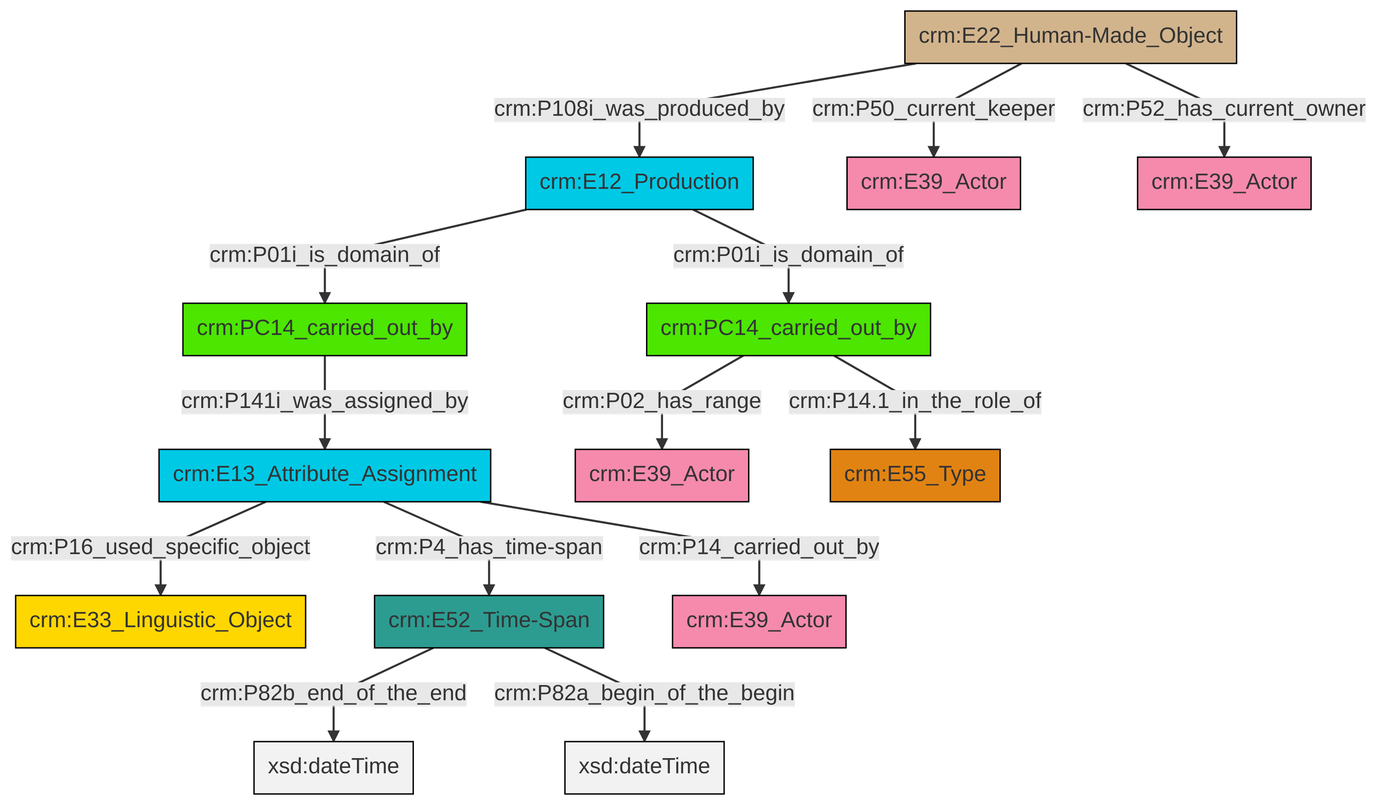
Earlier version of the Mermaid export et/carrierCSV/ttl/mmd/png/carrier_relations.png (swiss-art-research-net/docs.swissartresearch). Its source is kept beside it as et/carrierCSV/ttl/mmd/carrier_relations.ttl.mmd.
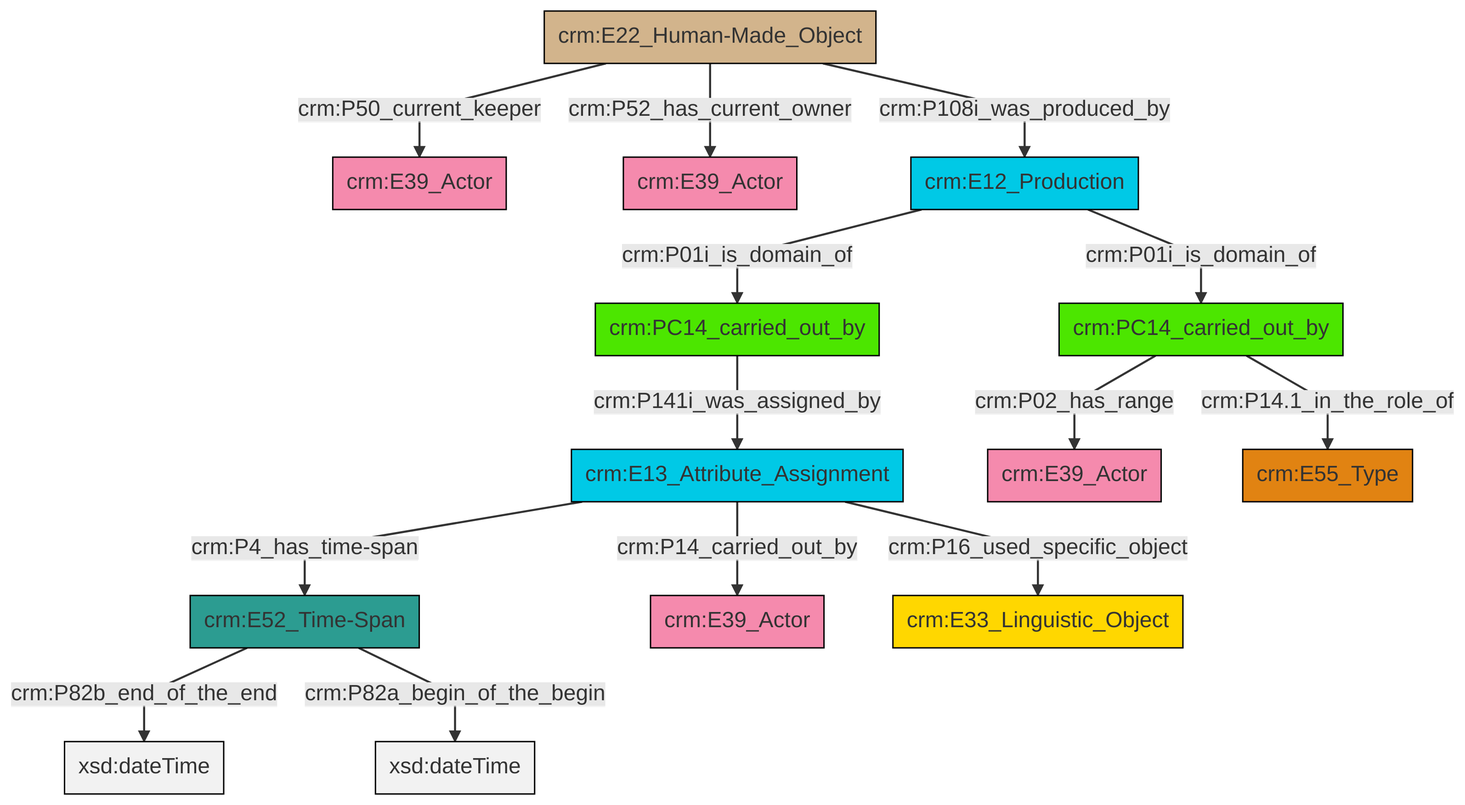
After the commit.

What changed in the source:
```diff
@@ -13,16 +13,16 @@
 classDef PC_Classes fill:#4ce600, stroke:#000000;
 classDef Multi fill:#cccccc,stroke:#000000;
 
-6["crm:E52_Time-Span"]:::Time-Span -->|crm:P82b_end_of_the_end| 8[xsd:dateTime]:::Literal
-9["crm:PC14_carried_out_by"]:::PC_Classes -->|crm:P141i_was_assigned_by| 10["crm:E13_Attribute_Assignment"]:::Temporal_Entity
-0["crm:E22_Human-Made_Object"]:::Physical_Thing -->|crm:P108i_was_produced_by| 11["crm:E12_Production"]:::Temporal_Entity
-11["crm:E12_Production"]:::Temporal_Entity -->|crm:P01i_is_domain_of| 4["crm:PC14_carried_out_by"]:::PC_Classes
-6["crm:E52_Time-Span"]:::Time-Span -->|crm:P82a_begin_of_the_begin| 16[xsd:dateTime]:::Literal
-10["crm:E13_Attribute_Assignment"]:::Temporal_Entity -->|crm:P14_carried_out_by| 17["crm:E39_Actor"]:::Actor
-10["crm:E13_Attribute_Assignment"]:::Temporal_Entity -->|crm:P4_has_time-span| 6["crm:E52_Time-Span"]:::Time-Span
-0["crm:E22_Human-Made_Object"]:::Physical_Thing -->|crm:P52_has_current_owner| 14["crm:E39_Actor"]:::Actor
-0["crm:E22_Human-Made_Object"]:::Physical_Thing -->|crm:P50_current_keeper| 12["crm:E39_Actor"]:::Actor
-4["crm:PC14_carried_out_by"]:::PC_Classes -->|crm:P14.1_in_the_role_of| 21["crm:E55_Type"]:::Type
-10["crm:E13_Attribute_Assignment"]:::Temporal_Entity -->|crm:P16_used_specific_object| 2["crm:E33_Linguistic_Object"]:::Conceptual_Object
-4["crm:PC14_carried_out_by"]:::PC_Classes -->|crm:P02_has_range| 18["crm:E39_Actor"]:::Actor
-11["crm:E12_Production"]:::Temporal_Entity -->|crm:P01i_is_domain_of| 9["crm:PC14_carried_out_by"]:::PC_Classes
+2["crm:E52_Time-Span"]:::Time-Span -->|crm:P82b_end_of_the_end| 3[xsd:dateTime]:::Literal
+6["crm:E12_Production"]:::Temporal_Entity -->|crm:P01i_is_domain_of| 7["crm:PC14_carried_out_by"]:::PC_Classes
+9["crm:E22_Human-Made_Object"]:::Physical_Thing -->|crm:P108i_was_produced_by| 6["crm:E12_Production"]:::Temporal_Entity
+7["crm:PC14_carried_out_by"]:::PC_Classes -->|crm:P141i_was_assigned_by| 12["crm:E13_Attribute_Assignment"]:::Temporal_Entity
+10["crm:PC14_carried_out_by"]:::PC_Classes -->|crm:P02_has_range| 14["crm:E39_Actor"]:::Actor
+9["crm:E22_Human-Made_Object"]:::Physical_Thing -->|crm:P50_current_keeper| 0["crm:E39_Actor"]:::Actor
+9["crm:E22_Human-Made_Object"]:::Physical_Thing -->|crm:P52_has_current_owner| 4["crm:E39_Actor"]:::Actor
+12["crm:E13_Attribute_Assignment"]:::Temporal_Entity -->|crm:P14_carried_out_by| 18["crm:E39_Actor"]:::Actor
+12["crm:E13_Attribute_Assignment"]:::Temporal_Entity -->|crm:P16_used_specific_object| 20["crm:E33_Linguistic_Object"]:::Conceptual_Object
+6["crm:E12_Production"]:::Temporal_Entity -->|crm:P01i_is_domain_of| 10["crm:PC14_carried_out_by"]:::PC_Classes
+10["crm:PC14_carried_out_by"]:::PC_Classes -->|crm:P14.1_in_the_role_of| 23["crm:E55_Type"]:::Type
+12["crm:E13_Attribute_Assignment"]:::Temporal_Entity -->|crm:P4_has_time-span| 2["crm:E52_Time-Span"]:::Time-Span
+2["crm:E52_Time-Span"]:::Time-Span -->|crm:P82a_begin_of_the_begin| 25[xsd:dateTime]:::Literal
```
